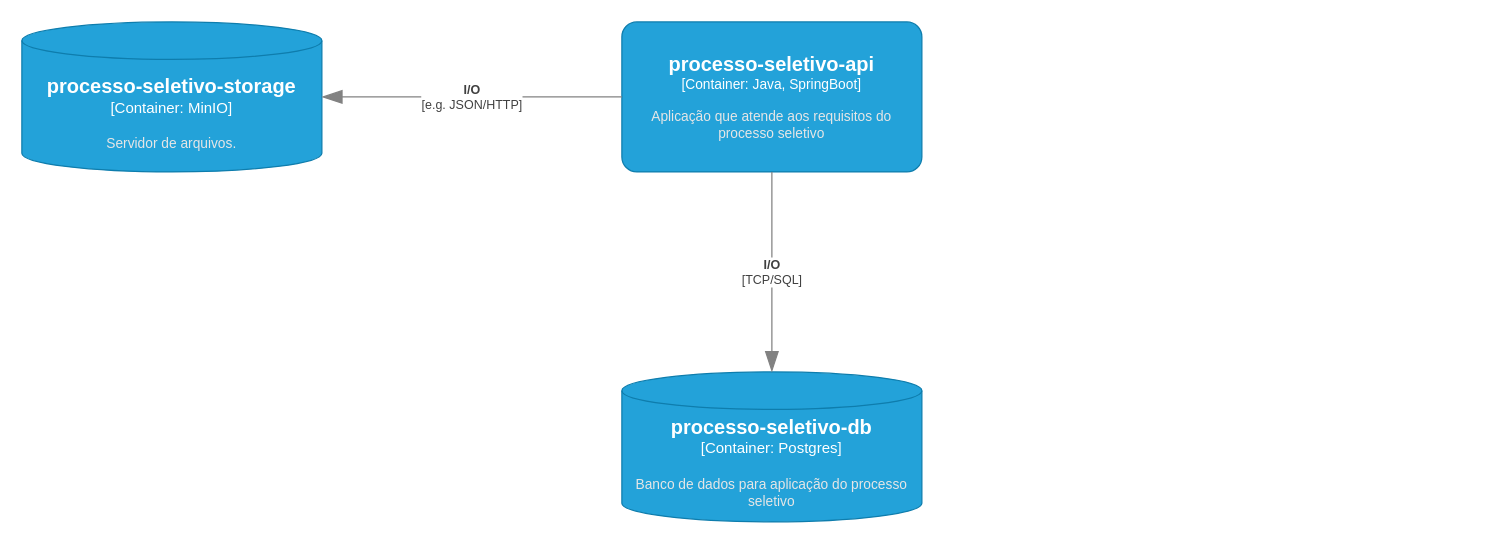
Earlier version of the draw.io diagram Arquitetura-c4-nivel-2.drawio (RafaelRibeiroEstrela/rafaelribeiroestrela056161). Source tidied: cells renumbered, new cells numbered last; positions are measured from the earlier drawing's top-left corner, leaving out a move shared by most shapes. Both pictures are drawn from the tidied source at 125%, with x=0, y=0 at pixel (21, 21).
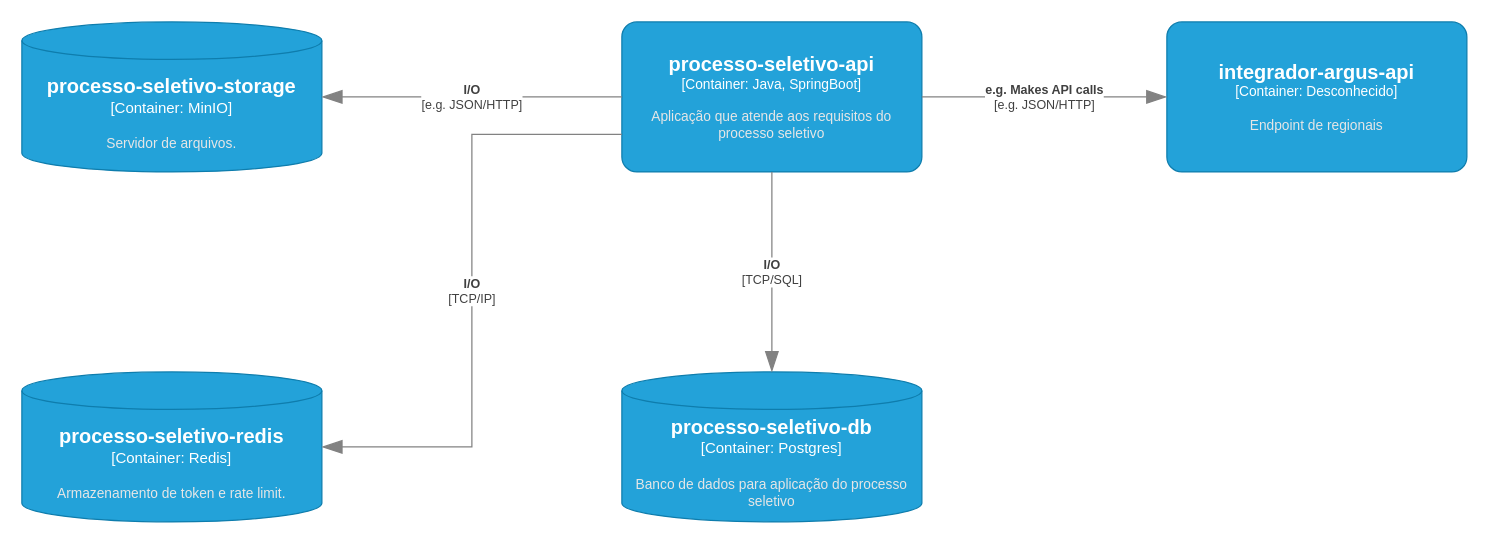
The same diagram, later.

Commit message (it also covers changes not shown here):
Atualizando arquitetura e imagens de ajuda

Diff of the diagram source:
```diff
@@
 <mxGraphModel>
   <root>
     <mxCell id="0" />
     <mxCell id="1" parent="0" />
     <object id="2" label="&lt;font style=&quot;font-size: 16px&quot;&gt;&lt;b&gt;%c4Name%&lt;/b&gt;&lt;/font&gt;&lt;div&gt;[%c4Type%: %c4Technology%]&lt;/div&gt;&lt;br&gt;&lt;div&gt;&lt;font style=&quot;font-size: 11px&quot;&gt;&lt;font color=&quot;#E6E6E6&quot;&gt;%c4Description%&lt;/font&gt;&lt;/div&gt;" c4Description="Aplicação que atende aos requisitos do processo seletivo" c4Name="processo-seletivo-api" c4Technology="Java, SpringBoot" c4Type="Container" placeholders="1">
       <mxCell style="rounded=1;whiteSpace=wrap;html=1;fontSize=11;labelBackgroundColor=none;fillColor=#23A2D9;fontColor=#ffffff;align=center;arcSize=10;strokeColor=#0E7DAD;points=[[0.25,0,0],[0.5,0,0],[0.75,0,0],[1,0.25,0],[1,0.5,0],[1,0.75,0],[0.75,1,0],[0.5,1,0],[0.25,1,0],[0,0.75,0],[0,0.5,0],[0,0.25,0]];" parent="1" vertex="1">
         <mxGeometry x="480" width="240" height="120" as="geometry" />
       </mxCell>
     </object>
     <object id="3" label="&lt;font style=&quot;font-size: 16px&quot;&gt;&lt;b&gt;%c4Name%&lt;/b&gt;&lt;/font&gt;&lt;div&gt;[%c4Type%:&amp;nbsp;%c4Technology%]&lt;/div&gt;&lt;br&gt;&lt;div&gt;&lt;font style=&quot;font-size: 11px&quot;&gt;&lt;font color=&quot;#E6E6E6&quot;&gt;%c4Description%&lt;/font&gt;&lt;/div&gt;" c4Description="Banco de dados para aplicação do processo seletivo" c4Name="processo-seletivo-db" c4Technology="Postgres" c4Type="Container" placeholders="1">
       <mxCell style="shape=cylinder3;size=15;whiteSpace=wrap;html=1;boundedLbl=1;rounded=0;labelBackgroundColor=none;fillColor=#23A2D9;fontSize=12;fontColor=#ffffff;align=center;strokeColor=#0E7DAD;points=[[0.5,0,0],[1,0.25,0],[1,0.5,0],[1,0.75,0],[0.5,1,0],[0,0.75,0],[0,0.5,0],[0,0.25,0]];" parent="1" vertex="1">
         <mxGeometry x="480" y="280" width="240" height="120" as="geometry" />
       </mxCell>
     </object>
     <object id="4" label="&lt;font style=&quot;font-size: 16px&quot;&gt;&lt;b&gt;%c4Name%&lt;/b&gt;&lt;/font&gt;&lt;div&gt;[%c4Type%:&amp;nbsp;%c4Technology%]&lt;/div&gt;&lt;br&gt;&lt;div&gt;&lt;font style=&quot;font-size: 11px&quot;&gt;&lt;font color=&quot;#E6E6E6&quot;&gt;%c4Description%&lt;/font&gt;&lt;/div&gt;" c4Description="Servidor de arquivos." c4Name="processo-seletivo-storage" c4Technology="MinIO" c4Type="Container" placeholders="1">
       <mxCell style="shape=cylinder3;size=15;whiteSpace=wrap;html=1;boundedLbl=1;rounded=0;labelBackgroundColor=none;fillColor=#23A2D9;fontSize=12;fontColor=#ffffff;align=center;strokeColor=#0E7DAD;points=[[0.5,0,0],[1,0.25,0],[1,0.5,0],[1,0.75,0],[0.5,1,0],[0,0.75,0],[0,0.5,0],[0,0.25,0]];" parent="1" vertex="1">
         <mxGeometry width="240" height="120" as="geometry" />
       </mxCell>
     </object>
     <object id="5" label="&lt;div style=&quot;text-align: left&quot;&gt;&lt;div style=&quot;text-align: center&quot;&gt;&lt;b&gt;%c4Description%&lt;/b&gt;&lt;/div&gt;&lt;div style=&quot;text-align: center&quot;&gt;[%c4Technology%]&lt;/div&gt;&lt;/div&gt;" c4Description="I/O" c4Technology="TCP/SQL" placeholders="1">
       <mxCell style="endArrow=blockThin;html=1;fontSize=10;fontColor=#404040;strokeWidth=1;endFill=1;strokeColor=#828282;elbow=vertical;endSize=14;startSize=14;jumpStyle=arc;jumpSize=16;rounded=0;edgeStyle=orthogonalEdgeStyle;" parent="1" edge="1" source="2" target="3">
         <mxGeometry relative="1" as="geometry" />
       </mxCell>
     </object>
     <object id="6" label="&lt;div style=&quot;text-align: left&quot;&gt;&lt;div style=&quot;text-align: center&quot;&gt;&lt;b&gt;%c4Description%&lt;/b&gt;&lt;/div&gt;&lt;div style=&quot;text-align: center&quot;&gt;[%c4Technology%]&lt;/div&gt;&lt;/div&gt;" c4Description="I/O" c4Technology="e.g. JSON/HTTP" placeholders="1">
       <mxCell style="endArrow=blockThin;html=1;fontSize=10;fontColor=#404040;strokeWidth=1;endFill=1;strokeColor=#828282;elbow=vertical;endSize=14;startSize=14;jumpStyle=arc;jumpSize=16;rounded=0;edgeStyle=orthogonalEdgeStyle;exitX=0;exitY=0.5;exitDx=0;exitDy=0;exitPerimeter=0;" parent="1" edge="1" source="2" target="4">
         <mxGeometry relative="1" as="geometry" />
       </mxCell>
     </object>
+    <object id="7" label="&lt;font style=&quot;font-size: 16px&quot;&gt;&lt;b&gt;%c4Name%&lt;/b&gt;&lt;/font&gt;&lt;div&gt;[%c4Type%:&amp;nbsp;%c4Technology%]&lt;/div&gt;&lt;br&gt;&lt;div&gt;&lt;font style=&quot;font-size: 11px&quot;&gt;&lt;font color=&quot;#E6E6E6&quot;&gt;%c4Description%&lt;/font&gt;&lt;/div&gt;" c4Description="Armazenamento de token e rate limit." c4Name="processo-seletivo-redis" c4Technology="Redis" c4Type="Container" placeholders="1">
+      <mxCell style="shape=cylinder3;size=15;whiteSpace=wrap;html=1;boundedLbl=1;rounded=0;labelBackgroundColor=none;fillColor=#23A2D9;fontSize=12;fontColor=#ffffff;align=center;strokeColor=#0E7DAD;points=[[0.5,0,0],[1,0.25,0],[1,0.5,0],[1,0.75,0],[0.5,1,0],[0,0.75,0],[0,0.5,0],[0,0.25,0]];" parent="1" vertex="1">
+        <mxGeometry y="280" width="240" height="120" as="geometry" />
+      </mxCell>
+    </object>
+    <object id="8" label="&lt;div style=&quot;text-align: left&quot;&gt;&lt;div style=&quot;text-align: center&quot;&gt;&lt;b&gt;%c4Description%&lt;/b&gt;&lt;/div&gt;&lt;div style=&quot;text-align: center&quot;&gt;[%c4Technology%]&lt;/div&gt;&lt;/div&gt;" c4Description="I/O" c4Technology="TCP/IP" placeholders="1">
+      <mxCell style="endArrow=blockThin;html=1;fontSize=10;fontColor=#404040;strokeWidth=1;endFill=1;strokeColor=#828282;elbow=vertical;endSize=14;startSize=14;jumpStyle=arc;jumpSize=16;rounded=0;edgeStyle=orthogonalEdgeStyle;exitX=0;exitY=0.75;exitDx=0;exitDy=0;exitPerimeter=0;entryX=1;entryY=0.5;entryDx=0;entryDy=0;entryPerimeter=0;" parent="1" edge="1" source="2" target="7">
+        <mxGeometry relative="1" as="geometry" />
+      </mxCell>
+    </object>
+    <object id="9" label="&lt;font style=&quot;font-size: 16px&quot;&gt;&lt;b&gt;%c4Name%&lt;/b&gt;&lt;/font&gt;&lt;div&gt;[%c4Type%: %c4Technology%]&lt;/div&gt;&lt;br&gt;&lt;div&gt;&lt;font style=&quot;font-size: 11px&quot;&gt;&lt;font color=&quot;#E6E6E6&quot;&gt;%c4Description%&lt;/font&gt;&lt;/div&gt;" c4Description="Endpoint de regionais" c4Name="integrador-argus-api" c4Technology="Desconhecido" c4Type="Container" placeholders="1">
+      <mxCell style="rounded=1;whiteSpace=wrap;html=1;fontSize=11;labelBackgroundColor=none;fillColor=#23A2D9;fontColor=#ffffff;align=center;arcSize=10;strokeColor=#0E7DAD;points=[[0.25,0,0],[0.5,0,0],[0.75,0,0],[1,0.25,0],[1,0.5,0],[1,0.75,0],[0.75,1,0],[0.5,1,0],[0.25,1,0],[0,0.75,0],[0,0.5,0],[0,0.25,0]];" parent="1" vertex="1">
+        <mxGeometry x="916" width="240" height="120" as="geometry" />
+      </mxCell>
+    </object>
+    <object id="10" label="&lt;div style=&quot;text-align: left&quot;&gt;&lt;div style=&quot;text-align: center&quot;&gt;&lt;b&gt;%c4Description%&lt;/b&gt;&lt;/div&gt;&lt;div style=&quot;text-align: center&quot;&gt;[%c4Technology%]&lt;/div&gt;&lt;/div&gt;" c4Description="e.g. Makes API calls" c4Technology="e.g. JSON/HTTP" placeholders="1">
+      <mxCell style="endArrow=blockThin;html=1;fontSize=10;fontColor=#404040;strokeWidth=1;endFill=1;strokeColor=#828282;elbow=vertical;endSize=14;startSize=14;jumpStyle=arc;jumpSize=16;rounded=0;edgeStyle=orthogonalEdgeStyle;exitX=1;exitY=0.5;exitDx=0;exitDy=0;exitPerimeter=0;" parent="1" edge="1" source="2" target="9">
+        <mxGeometry relative="1" as="geometry" />
+      </mxCell>
+    </object>
   </root>
 </mxGraphModel>
```
